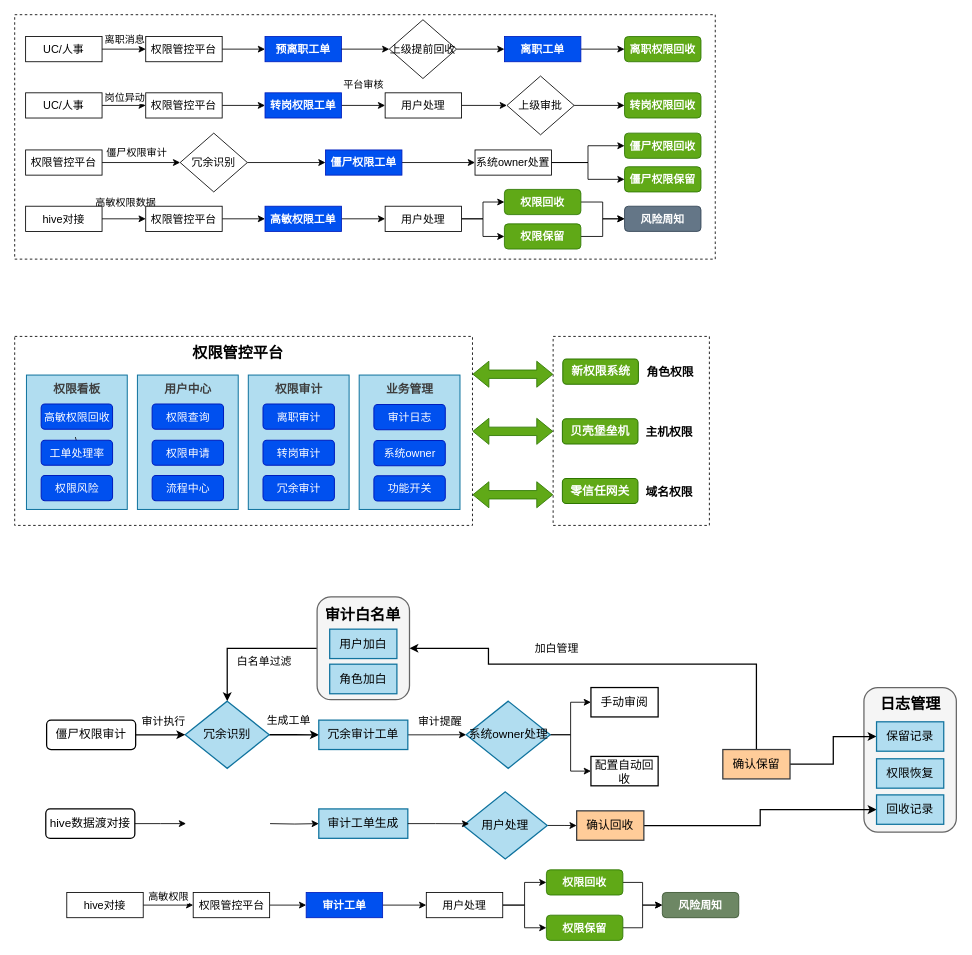
Above: page "述职" (11 of 11) of 权限审计.drawio in zpxiao-ios/hello-world (draw.io), before the change. Source tidied: cells renumbered, new cells numbered last; positions are measured from the earlier drawing's top-left corner, leaving out a move shared by most shapes. Both pictures are drawn from the tidied source at 84%, with x=0, y=0 at pixel (14, 14).
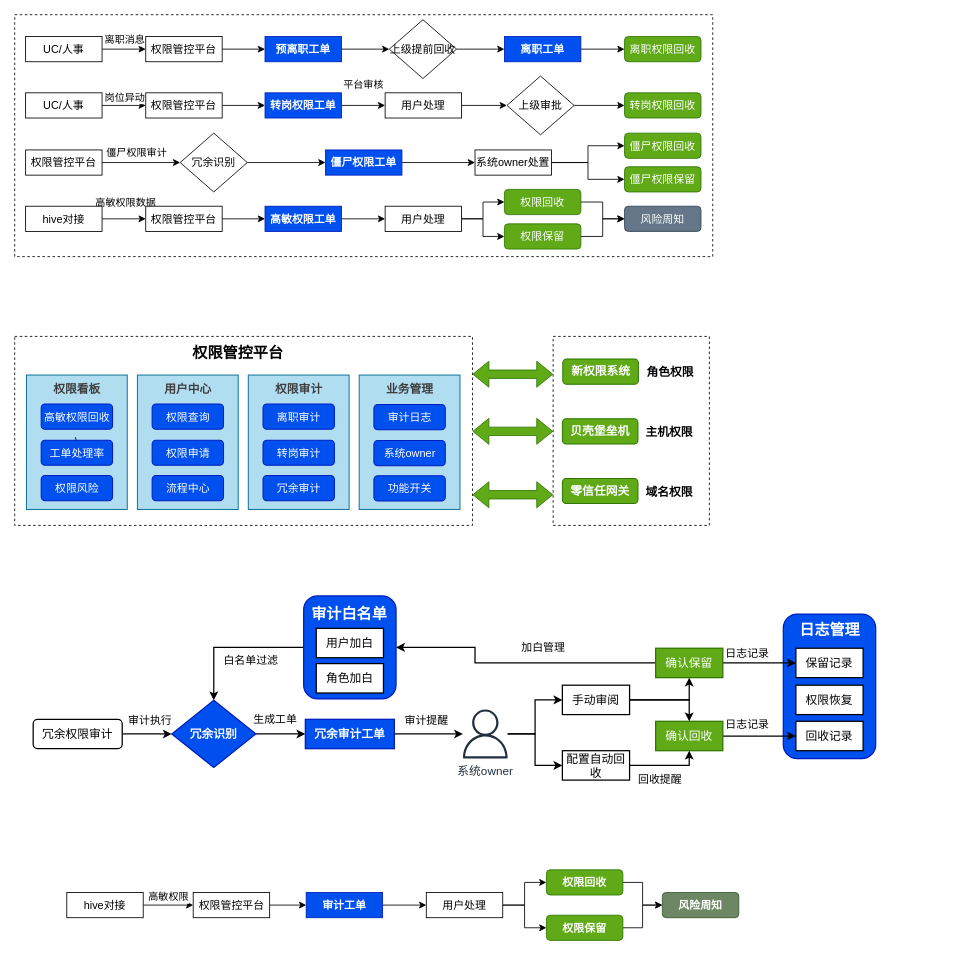
After the change.

Commit message (it also covers changes not shown here):
更新权限审计.drawio

The edit, as a diff of the source:
```diff
@@
     <mxCell id="2" style="rounded=0;whiteSpace=wrap;html=1;dashed=1;fontSize=13;" parent="1" vertex="1">
-      <mxGeometry width="834" height="291" as="geometry" />
+      <mxGeometry width="831" height="288" as="geometry" />
     </mxCell>
@@
-    <mxCell id="12" value="&lt;span&gt;转岗权限回收&lt;/span&gt;" style="rounded=1;whiteSpace=wrap;html=1;fillColor=#60a917;fontColor=#ffffff;strokeColor=#2D7600;fontStyle=1;fontSize=13;" parent="1" vertex="1">
+    <mxCell id="12" value="&lt;span&gt;转岗权限回收&lt;/span&gt;" style="rounded=1;whiteSpace=wrap;html=1;fillColor=#60a917;fontColor=#ffffff;strokeColor=#2D7600;fontStyle=0;fontSize=13;" parent="1" vertex="1">
       <mxGeometry x="726" y="93" width="91" height="30" as="geometry" />
     </mxCell>
@@
-    <mxCell id="27" value="&lt;span&gt;离职权限回收&lt;/span&gt;" style="rounded=1;whiteSpace=wrap;html=1;fillColor=#60a917;fontColor=#ffffff;strokeColor=#2D7600;fontStyle=1;fontSize=13;" parent="1" vertex="1">
+    <mxCell id="27" value="&lt;span&gt;离职权限回收&lt;/span&gt;" style="rounded=1;whiteSpace=wrap;html=1;fillColor=#60a917;fontColor=#ffffff;strokeColor=#2D7600;fontStyle=0;fontSize=13;" parent="1" vertex="1">
       <mxGeometry x="726" y="26" width="91" height="30" as="geometry" />
     </mxCell>
@@
-    <mxCell id="60" style="edgeStyle=orthogonalEdgeStyle;rounded=0;jettySize=auto;html=1;entryX=0.5;entryY=0;entryDx=0;entryDy=0;strokeWidth=1.5;" parent="1" edge="1" source="61" target="64">
-      <mxGeometry relative="1" as="geometry" />
-    </mxCell>
-    <mxCell id="61" style="rounded=1;whiteSpace=wrap;html=1;fillColor=#f5f5f5;strokeColor=#666666;fontSize=14;strokeWidth=1.5;fontColor=#333333;" parent="1" vertex="1">
-      <mxGeometry x="360" y="693" width="110" height="122.5" as="geometry" />
-    </mxCell>
-    <mxCell id="62" style="rounded=1;whiteSpace=wrap;html=1;fillColor=#f5f5f5;strokeColor=#666666;fontSize=14;strokeWidth=1.5;fontColor=#333333;" parent="1" vertex="1">
-      <mxGeometry x="1011" y="801" width="110" height="172" as="geometry" />
-    </mxCell>
-    <mxCell id="63" style="edgeStyle=orthogonalEdgeStyle;rounded=0;jettySize=auto;html=1;entryX=0;entryY=0.5;entryDx=0;entryDy=0;fontSize=14;strokeWidth=1.5;" parent="1" edge="1" source="64" target="68">
-      <mxGeometry relative="1" as="geometry" />
-    </mxCell>
-    <mxCell id="64" value="冗余识别" style="rhombus;whiteSpace=wrap;html=1;fontSize=14;fillColor=#b1ddf0;strokeColor=#10739e;strokeWidth=1.5;" parent="1" vertex="1">
-      <mxGeometry x="203" y="817.2" width="100" height="80" as="geometry" />
-    </mxCell>
-    <mxCell id="65" style="edgeStyle=orthogonalEdgeStyle;rounded=0;jettySize=auto;html=1;entryX=0;entryY=0.5;entryDx=0;entryDy=0;fontSize=14;strokeWidth=1.5;" parent="1" edge="1" source="66" target="64">
-      <mxGeometry relative="1" as="geometry" />
-    </mxCell>
-    <mxCell id="66" value="僵尸权限审计" style="rounded=1;whiteSpace=wrap;html=1;fontSize=14;strokeWidth=1.5;" parent="1" vertex="1">
-      <mxGeometry x="38" y="839.8" width="106" height="35" as="geometry" />
-    </mxCell>
-    <mxCell id="67" style="edgeStyle=orthogonalEdgeStyle;rounded=0;jettySize=auto;html=1;entryX=0;entryY=0.5;entryDx=0;entryDy=0;" parent="1" edge="1" source="68" target="96">
-      <mxGeometry relative="1" as="geometry" />
-    </mxCell>
-    <mxCell id="68" value="冗余审计工单" style="rounded=0;whiteSpace=wrap;html=1;fontSize=14;fillColor=#b1ddf0;strokeColor=#10739e;strokeWidth=1.5;" parent="1" vertex="1">
-      <mxGeometry x="362" y="839.8" width="106" height="35" as="geometry" />
-    </mxCell>
-    <mxCell id="69" style="edgeStyle=orthogonalEdgeStyle;rounded=0;jettySize=auto;html=1;entryX=0;entryY=0.5;entryDx=0;entryDy=0;strokeWidth=1.5;" parent="1" edge="1" source="70" target="75">
-      <mxGeometry relative="1" as="geometry" />
-    </mxCell>
-    <mxCell id="70" value="确认回收" style="rounded=0;whiteSpace=wrap;html=1;fontSize=14;strokeWidth=1.5;fillColor=#ffcc99;strokeColor=#36393d;" parent="1" vertex="1">
-      <mxGeometry x="669" y="947.8" width="80" height="35" as="geometry" />
-    </mxCell>
-    <mxCell id="71" style="edgeStyle=orthogonalEdgeStyle;rounded=0;jettySize=auto;html=1;entryX=0;entryY=0.5;entryDx=0;entryDy=0;fontSize=14;strokeWidth=1.5;" parent="1" edge="1" source="73" target="76">
-      <mxGeometry relative="1" as="geometry" />
-    </mxCell>
-    <mxCell id="72" style="edgeStyle=orthogonalEdgeStyle;rounded=0;jettySize=auto;html=1;entryX=1;entryY=0.5;entryDx=0;entryDy=0;strokeWidth=1.5;" parent="1" edge="1" source="73" target="61">
-      <mxGeometry relative="1" as="geometry">
-        <Array as="points">
-          <mxPoint x="564" y="773.2" />
-          <mxPoint x="564" y="754.2" />
-        </Array>
-      </mxGeometry>
-    </mxCell>
-    <mxCell id="73" value="确认保留" style="rounded=0;whiteSpace=wrap;html=1;fontSize=14;strokeWidth=1.5;fillColor=#ffcc99;strokeColor=#36393d;" parent="1" vertex="1">
-      <mxGeometry x="843" y="874.8" width="80" height="35" as="geometry" />
-    </mxCell>
-    <mxCell id="74" value="&lt;font style=&quot;font-size: 18px;&quot;&gt;日志管理&lt;/font&gt;" style="text;html=1;align=center;verticalAlign=middle;strokeColor=none;fillColor=none;fontSize=18;fontStyle=1;strokeWidth=1.5;" parent="1" vertex="1">
-      <mxGeometry x="1021" y="803.8" width="90" height="34" as="geometry" />
-    </mxCell>
-    <mxCell id="75" value="回收记录" style="rounded=0;whiteSpace=wrap;html=1;fontSize=14;strokeWidth=1.5;fillColor=#b1ddf0;strokeColor=#10739e;" parent="1" vertex="1">
-      <mxGeometry x="1026" y="928.8" width="80" height="35" as="geometry" />
-    </mxCell>
-    <mxCell id="76" value="保留记录" style="rounded=0;whiteSpace=wrap;html=1;fontSize=14;strokeWidth=1.5;fillColor=#b1ddf0;strokeColor=#10739e;" parent="1" vertex="1">
-      <mxGeometry x="1026" y="841.8" width="80" height="35" as="geometry" />
-    </mxCell>
-    <mxCell id="77" value="权限恢复" style="rounded=0;whiteSpace=wrap;html=1;fontSize=14;strokeWidth=1.5;fillColor=#b1ddf0;strokeColor=#10739e;" parent="1" vertex="1">
-      <mxGeometry x="1026" y="885.8" width="80" height="35" as="geometry" />
-    </mxCell>
-    <mxCell id="78" value="审计执行" style="text;html=1;align=center;verticalAlign=middle;strokeColor=none;fillColor=none;fontSize=13;strokeWidth=1.5;" parent="1" vertex="1">
-      <mxGeometry x="142" y="827.2" width="70" height="28" as="geometry" />
-    </mxCell>
-    <mxCell id="79" value="生成工单" style="text;html=1;align=center;verticalAlign=middle;whiteSpace=wrap;rounded=0;fontSize=13;strokeWidth=1.5;" parent="1" vertex="1">
-      <mxGeometry x="287" y="825.2" width="78.5" height="30" as="geometry" />
-    </mxCell>
-    <mxCell id="80" value="手动审阅" style="rounded=0;whiteSpace=wrap;html=1;fontSize=14;strokeWidth=1.5;flipV=1;" parent="1" vertex="1">
-      <mxGeometry x="686" y="801" width="80" height="35" as="geometry" />
-    </mxCell>
-    <mxCell id="81" value="配置自动回收" style="rounded=0;whiteSpace=wrap;html=1;fontSize=14;strokeWidth=1.5;flipV=1;" parent="1" vertex="1">
-      <mxGeometry x="686" y="883" width="80" height="35" as="geometry" />
-    </mxCell>
-    <mxCell id="82" value="用户加白" style="rounded=0;whiteSpace=wrap;html=1;fontSize=14;strokeWidth=1.5;fillColor=#b1ddf0;strokeColor=#10739e;" parent="1" vertex="1">
-      <mxGeometry x="375" y="731.5" width="80" height="35" as="geometry" />
-    </mxCell>
-    <mxCell id="83" value="角色加白" style="rounded=0;whiteSpace=wrap;html=1;fontSize=14;strokeWidth=1.5;fillColor=#b1ddf0;strokeColor=#10739e;" parent="1" vertex="1">
-      <mxGeometry x="375" y="773.2" width="80" height="35.2" as="geometry" />
-    </mxCell>
-    <mxCell id="84" value="&lt;b&gt;审计白名单&lt;/b&gt;" style="text;html=1;align=center;verticalAlign=middle;strokeColor=none;fillColor=none;fontSize=18;strokeWidth=1.5;" parent="1" vertex="1">
-      <mxGeometry x="360" y="698.2" width="108" height="34" as="geometry" />
-    </mxCell>
-    <mxCell id="85" value="审计提醒" style="text;html=1;align=center;verticalAlign=middle;strokeColor=none;fillColor=none;fontSize=13;strokeWidth=1.5;" parent="1" vertex="1">
-      <mxGeometry x="471" y="827.2" width="70" height="28" as="geometry" />
-    </mxCell>
-    <mxCell id="86" value="白名单过滤" style="text;html=1;align=center;verticalAlign=middle;whiteSpace=wrap;rounded=0;fontSize=13;strokeWidth=1.5;" parent="1" vertex="1">
-      <mxGeometry x="258" y="755.2" width="78.5" height="30" as="geometry" />
-    </mxCell>
-    <mxCell id="87" value="加白管理" style="text;html=1;align=center;verticalAlign=middle;whiteSpace=wrap;rounded=0;fontSize=13;strokeWidth=1.5;" parent="1" vertex="1">
-      <mxGeometry x="605.5" y="739.2" width="78.5" height="30" as="geometry" />
-    </mxCell>
-    <mxCell id="88" style="edgeStyle=orthogonalEdgeStyle;rounded=0;jettySize=auto;html=1;" parent="1" edge="1" source="89">
-      <mxGeometry relative="1" as="geometry">
-        <mxPoint x="204" y="963" as="targetPoint" />
-      </mxGeometry>
-    </mxCell>
-    <mxCell id="89" value="hive数据渡对接" style="rounded=1;whiteSpace=wrap;html=1;fontSize=14;strokeWidth=1.5;" parent="1" vertex="1">
-      <mxGeometry x="37" y="945.5" width="106" height="35" as="geometry" />
-    </mxCell>
-    <mxCell id="90" style="edgeStyle=orthogonalEdgeStyle;rounded=0;jettySize=auto;html=1;" parent="1" edge="1" target="91">
-      <mxGeometry relative="1" as="geometry">
-        <mxPoint x="304" y="963" as="sourcePoint" />
-      </mxGeometry>
-    </mxCell>
-    <mxCell id="91" value="审计工单生成" style="rounded=0;whiteSpace=wrap;html=1;fontSize=14;fillColor=#b1ddf0;strokeColor=#10739e;strokeWidth=1.5;" parent="1" vertex="1">
-      <mxGeometry x="362" y="945.5" width="106" height="35" as="geometry" />
-    </mxCell>
-    <mxCell id="92" style="edgeStyle=orthogonalEdgeStyle;rounded=0;jettySize=auto;html=1;" parent="1" edge="1" source="93" target="70">
-      <mxGeometry relative="1" as="geometry" />
-    </mxCell>
-    <mxCell id="93" value="用户处理" style="rhombus;whiteSpace=wrap;html=1;fontSize=14;fillColor=#b1ddf0;strokeColor=#10739e;strokeWidth=1.5;" parent="1" vertex="1">
-      <mxGeometry x="534" y="925.2" width="100" height="80" as="geometry" />
-    </mxCell>
-    <mxCell id="94" style="edgeStyle=orthogonalEdgeStyle;rounded=0;jettySize=auto;html=1;entryX=0;entryY=0.5;entryDx=0;entryDy=0;" parent="1" edge="1" source="96" target="80">
-      <mxGeometry relative="1" as="geometry" />
-    </mxCell>
-    <mxCell id="95" style="edgeStyle=orthogonalEdgeStyle;rounded=0;jettySize=auto;html=1;entryX=0;entryY=0.5;entryDx=0;entryDy=0;" parent="1" edge="1" source="96" target="81">
-      <mxGeometry relative="1" as="geometry" />
-    </mxCell>
-    <mxCell id="96" value="系统owner处理" style="rhombus;whiteSpace=wrap;html=1;fontSize=14;fillColor=#b1ddf0;strokeColor=#10739e;strokeWidth=1.5;" parent="1" vertex="1">
-      <mxGeometry x="537.5" y="817.2" width="100" height="80" as="geometry" />
-    </mxCell>
-    <mxCell id="97" style="edgeStyle=orthogonalEdgeStyle;rounded=0;jettySize=auto;html=1;entryX=0.07;entryY=0.475;entryDx=0;entryDy=0;entryPerimeter=0;" parent="1" edge="1" source="91" target="93">
-      <mxGeometry relative="1" as="geometry" />
-    </mxCell>
@@
-    <mxCell id="121" value="&lt;span&gt;僵尸权限回收&lt;/span&gt;" style="rounded=1;whiteSpace=wrap;html=1;fillColor=#60a917;fontColor=#ffffff;strokeColor=#2D7600;fontStyle=1;fontSize=13;" parent="1" vertex="1">
+    <mxCell id="121" value="&lt;span&gt;僵尸权限回收&lt;/span&gt;" style="rounded=1;whiteSpace=wrap;html=1;fillColor=#60a917;fontColor=#ffffff;strokeColor=#2D7600;fontStyle=0;fontSize=13;" parent="1" vertex="1">
       <mxGeometry x="726" y="141" width="91" height="30" as="geometry" />
     </mxCell>
@@
-    <mxCell id="124" value="&lt;span&gt;僵尸权限保留&lt;/span&gt;" style="rounded=1;whiteSpace=wrap;html=1;fillColor=#60a917;fontColor=#ffffff;strokeColor=#2D7600;fontStyle=1;fontSize=13;" parent="1" vertex="1">
+    <mxCell id="124" value="&lt;span&gt;僵尸权限保留&lt;/span&gt;" style="rounded=1;whiteSpace=wrap;html=1;fillColor=#60a917;fontColor=#ffffff;strokeColor=#2D7600;fontStyle=0;fontSize=13;" parent="1" vertex="1">
       <mxGeometry x="726" y="181" width="91" height="30" as="geometry" />
     </mxCell>
@@
-    <mxCell id="136" value="&lt;span&gt;权限回收&lt;/span&gt;" style="rounded=1;whiteSpace=wrap;html=1;fillColor=#60a917;fontColor=#ffffff;strokeColor=#2D7600;fontStyle=1;fontSize=13;" parent="1" vertex="1">
+    <mxCell id="136" value="&lt;span&gt;权限回收&lt;/span&gt;" style="rounded=1;whiteSpace=wrap;html=1;fillColor=#60a917;fontColor=#ffffff;strokeColor=#2D7600;fontStyle=0;fontSize=13;" parent="1" vertex="1">
       <mxGeometry x="583" y="208" width="91" height="30" as="geometry" />
     </mxCell>
@@
-    <mxCell id="138" value="&lt;span&gt;权限保留&lt;/span&gt;" style="rounded=1;whiteSpace=wrap;html=1;fillColor=#60a917;fontColor=#ffffff;strokeColor=#2D7600;fontStyle=1;fontSize=13;" parent="1" vertex="1">
+    <mxCell id="138" value="&lt;span&gt;权限保留&lt;/span&gt;" style="rounded=1;whiteSpace=wrap;html=1;fillColor=#60a917;fontColor=#ffffff;strokeColor=#2D7600;fontStyle=0;fontSize=13;" parent="1" vertex="1">
       <mxGeometry x="583" y="249" width="91" height="30" as="geometry" />
     </mxCell>
-    <mxCell id="139" value="风险周知" style="rounded=1;whiteSpace=wrap;html=1;fillColor=#647687;fontColor=#ffffff;strokeColor=#314354;fontStyle=1;fontSize=13;flipH=1;" parent="1" vertex="1">
+    <mxCell id="139" value="风险周知" style="rounded=1;whiteSpace=wrap;html=1;fillColor=#647687;fontColor=#ffffff;strokeColor=#314354;fontStyle=0;fontSize=13;flipH=1;" parent="1" vertex="1">
       <mxGeometry x="726" y="228" width="91" height="30" as="geometry" />
     </mxCell>
+    <mxCell id="140" style="edgeStyle=orthogonalEdgeStyle;rounded=0;jettySize=auto;html=1;entryX=0.5;entryY=0;entryDx=0;entryDy=0;strokeWidth=1.5;" parent="1" edge="1" source="141" target="64">
+      <mxGeometry relative="1" as="geometry" />
+    </mxCell>
+    <mxCell id="141" style="rounded=1;whiteSpace=wrap;html=1;fillColor=#0050ef;strokeColor=#001DBC;fontSize=14;strokeWidth=1.5;fontColor=#ffffff;" parent="1" vertex="1">
+      <mxGeometry x="344" y="692" width="110" height="122.5" as="geometry" />
+    </mxCell>
+    <mxCell id="142" style="rounded=1;whiteSpace=wrap;html=1;fillColor=#0050ef;strokeColor=#001DBC;fontSize=14;strokeWidth=1.5;fontColor=#ffffff;" parent="1" vertex="1">
+      <mxGeometry x="915" y="713.5" width="110" height="172" as="geometry" />
+    </mxCell>
+    <mxCell id="63" style="edgeStyle=orthogonalEdgeStyle;rounded=0;jettySize=auto;html=1;entryX=0;entryY=0.5;entryDx=0;entryDy=0;fontSize=14;strokeWidth=1.5;" parent="1" edge="1" source="64" target="68">
+      <mxGeometry relative="1" as="geometry" />
+    </mxCell>
+    <mxCell id="64" value="冗余识别" style="rhombus;whiteSpace=wrap;html=1;fontSize=14;fillColor=#0050ef;strokeColor=#001DBC;strokeWidth=1.5;fontColor=#ffffff;fontStyle=1;" parent="1" vertex="1">
+      <mxGeometry x="187" y="816.2" width="100" height="80" as="geometry" />
+    </mxCell>
+    <mxCell id="143" style="edgeStyle=orthogonalEdgeStyle;rounded=0;jettySize=auto;html=1;entryX=0;entryY=0.5;entryDx=0;entryDy=0;fontSize=14;strokeWidth=1.5;" parent="1" edge="1" source="144" target="64">
+      <mxGeometry relative="1" as="geometry" />
+    </mxCell>
+    <mxCell id="144" value="冗余权限审计" style="rounded=1;whiteSpace=wrap;html=1;fontSize=14;strokeWidth=1.5;" parent="1" vertex="1">
+      <mxGeometry x="22" y="838.8" width="106" height="35" as="geometry" />
+    </mxCell>
+    <mxCell id="145" style="edgeStyle=orthogonalEdgeStyle;rounded=0;jettySize=auto;html=1;strokeWidth=1.5;" parent="1" edge="1" source="68" target="149">
+      <mxGeometry relative="1" as="geometry" />
+    </mxCell>
+    <mxCell id="68" value="冗余审计工单" style="rounded=0;whiteSpace=wrap;html=1;fontSize=14;fillColor=#0050ef;strokeColor=#001DBC;strokeWidth=1.5;fontColor=#ffffff;fontStyle=1;" parent="1" vertex="1">
+      <mxGeometry x="346" y="838.8" width="106" height="35" as="geometry" />
+    </mxCell>
+    <mxCell id="69" style="edgeStyle=orthogonalEdgeStyle;rounded=0;jettySize=auto;html=1;entryX=0;entryY=0.5;entryDx=0;entryDy=0;strokeWidth=1.5;" parent="1" edge="1" source="70" target="75">
+      <mxGeometry relative="1" as="geometry" />
+    </mxCell>
+    <mxCell id="70" value="确认回收" style="rounded=0;whiteSpace=wrap;html=1;fontSize=14;strokeWidth=1.5;fillColor=#60a917;strokeColor=#2D7600;fontColor=#ffffff;" parent="1" vertex="1">
+      <mxGeometry x="763" y="841.2" width="80" height="35" as="geometry" />
+    </mxCell>
+    <mxCell id="71" style="edgeStyle=orthogonalEdgeStyle;rounded=0;jettySize=auto;html=1;entryX=0;entryY=0.5;entryDx=0;entryDy=0;fontSize=14;strokeWidth=1.5;" parent="1" edge="1" source="73" target="76">
+      <mxGeometry relative="1" as="geometry" />
+    </mxCell>
+    <mxCell id="146" style="edgeStyle=orthogonalEdgeStyle;rounded=0;jettySize=auto;html=1;entryX=1;entryY=0.5;entryDx=0;entryDy=0;strokeWidth=1.5;" parent="1" edge="1" source="73" target="141">
+      <mxGeometry relative="1" as="geometry">
+        <Array as="points">
+          <mxPoint x="548" y="772.2" />
+          <mxPoint x="548" y="753.2" />
+        </Array>
+      </mxGeometry>
+    </mxCell>
+    <mxCell id="73" value="确认保留" style="rounded=0;whiteSpace=wrap;html=1;fontSize=14;strokeWidth=1.5;fillColor=#60a917;strokeColor=#2D7600;fontColor=#ffffff;" parent="1" vertex="1">
+      <mxGeometry x="763" y="754.2" width="80" height="35" as="geometry" />
+    </mxCell>
+    <mxCell id="74" value="&lt;font style=&quot;font-size: 18px;&quot;&gt;日志管理&lt;/font&gt;" style="text;html=1;align=center;verticalAlign=middle;fontSize=18;fontStyle=1;strokeWidth=1.5;fontColor=#FFFFFF;" parent="1" vertex="1">
+      <mxGeometry x="925" y="716.2" width="90" height="34" as="geometry" />
+    </mxCell>
+    <mxCell id="75" value="回收记录" style="rounded=0;whiteSpace=wrap;html=1;fontSize=14;strokeWidth=1.5;" parent="1" vertex="1">
+      <mxGeometry x="930" y="841.2" width="80" height="35" as="geometry" />
+    </mxCell>
+    <mxCell id="76" value="保留记录" style="rounded=0;whiteSpace=wrap;html=1;fontSize=14;strokeWidth=1.5;" parent="1" vertex="1">
+      <mxGeometry x="930" y="754.2" width="80" height="35" as="geometry" />
+    </mxCell>
+    <mxCell id="77" value="权限恢复" style="rounded=0;whiteSpace=wrap;html=1;fontSize=14;strokeWidth=1.5;" parent="1" vertex="1">
+      <mxGeometry x="930" y="798.2" width="80" height="35" as="geometry" />
+    </mxCell>
+    <mxCell id="147" style="edgeStyle=orthogonalEdgeStyle;rounded=0;jettySize=auto;html=1;entryX=0;entryY=0.5;entryDx=0;entryDy=0;strokeWidth=1.5;" parent="1" edge="1" source="149" target="80">
+      <mxGeometry relative="1" as="geometry" />
+    </mxCell>
+    <mxCell id="148" style="edgeStyle=orthogonalEdgeStyle;rounded=0;jettySize=auto;html=1;entryX=0;entryY=0.5;entryDx=0;entryDy=0;strokeWidth=1.5;" parent="1" edge="1" source="149" target="81">
+      <mxGeometry relative="1" as="geometry" />
+    </mxCell>
+    <mxCell id="149" value="系统owner" style="sketch=0;outlineConnect=0;fontColor=#232F3E;gradientColor=none;fillColor=#232F3D;strokeColor=none;dashed=0;verticalLabelPosition=bottom;verticalAlign=top;align=center;html=1;fontSize=14;fontStyle=0;shape=mxgraph.aws4.user;strokeWidth=1.5;" parent="1" vertex="1">
+      <mxGeometry x="531" y="827" width="58.5" height="58.5" as="geometry" />
+    </mxCell>
+    <mxCell id="78" value="审计执行" style="text;html=1;align=center;verticalAlign=middle;strokeColor=none;fillColor=none;fontSize=13;strokeWidth=1.5;" parent="1" vertex="1">
+      <mxGeometry x="126" y="826.2" width="70" height="28" as="geometry" />
+    </mxCell>
+    <mxCell id="79" value="生成工单" style="text;html=1;align=center;verticalAlign=middle;whiteSpace=wrap;rounded=0;fontSize=13;strokeWidth=1.5;" parent="1" vertex="1">
+      <mxGeometry x="271" y="824.2" width="78.5" height="30" as="geometry" />
+    </mxCell>
+    <mxCell id="150" value="日志记录" style="text;html=1;align=center;verticalAlign=middle;strokeColor=none;fillColor=none;fontSize=13;strokeWidth=1.5;" parent="1" vertex="1">
+      <mxGeometry x="837" y="746.2" width="70" height="28" as="geometry" />
+    </mxCell>
+    <mxCell id="151" value="日志记录" style="text;html=1;align=center;verticalAlign=middle;strokeColor=none;fillColor=none;fontSize=13;strokeWidth=1.5;" parent="1" vertex="1">
+      <mxGeometry x="837" y="831.2" width="70" height="28" as="geometry" />
+    </mxCell>
+    <mxCell id="152" style="edgeStyle=orthogonalEdgeStyle;rounded=0;jettySize=auto;html=1;entryX=0.5;entryY=1;entryDx=0;entryDy=0;strokeWidth=1.5;exitX=1;exitY=0.5;exitDx=0;exitDy=0;" parent="1" edge="1" source="80" target="73">
+      <mxGeometry relative="1" as="geometry" />
+    </mxCell>
+    <mxCell id="153" style="edgeStyle=orthogonalEdgeStyle;rounded=0;jettySize=auto;html=1;entryX=0.5;entryY=0;entryDx=0;entryDy=0;strokeWidth=1.5;exitX=1;exitY=0.5;exitDx=0;exitDy=0;" parent="1" edge="1" source="80" target="70">
+      <mxGeometry relative="1" as="geometry" />
+    </mxCell>
+    <mxCell id="80" value="手动审阅" style="rounded=0;whiteSpace=wrap;html=1;fontSize=14;strokeWidth=1.5;flipV=1;" parent="1" vertex="1">
+      <mxGeometry x="652" y="798.2" width="80" height="35" as="geometry" />
+    </mxCell>
+    <mxCell id="154" style="edgeStyle=orthogonalEdgeStyle;rounded=0;jettySize=auto;html=1;entryX=0.5;entryY=1;entryDx=0;entryDy=0;strokeWidth=1.5;exitX=1;exitY=0.5;exitDx=0;exitDy=0;" parent="1" edge="1" source="81" target="70">
+      <mxGeometry relative="1" as="geometry">
+        <Array as="points">
+          <mxPoint x="803" y="894.2" />
+        </Array>
+      </mxGeometry>
+    </mxCell>
+    <mxCell id="81" value="配置自动回收" style="rounded=0;whiteSpace=wrap;html=1;fontSize=14;strokeWidth=1.5;flipV=1;" parent="1" vertex="1">
+      <mxGeometry x="652" y="876.2" width="80" height="35" as="geometry" />
+    </mxCell>
+    <mxCell id="82" value="用户加白" style="rounded=0;whiteSpace=wrap;html=1;fontSize=14;strokeWidth=1.5;" parent="1" vertex="1">
+      <mxGeometry x="359" y="730.5" width="80" height="35" as="geometry" />
+    </mxCell>
+    <mxCell id="83" value="角色加白" style="rounded=0;whiteSpace=wrap;html=1;fontSize=14;strokeWidth=1.5;" parent="1" vertex="1">
+      <mxGeometry x="359" y="772.5" width="80" height="35" as="geometry" />
+    </mxCell>
+    <mxCell id="84" value="&lt;b&gt;审计白名单&lt;/b&gt;" style="text;html=1;align=center;verticalAlign=middle;strokeColor=none;fillColor=none;fontSize=18;strokeWidth=1.5;fontColor=#FFFFFF;" parent="1" vertex="1">
+      <mxGeometry x="344" y="697.2" width="108" height="34" as="geometry" />
+    </mxCell>
+    <mxCell id="155" value="回收提醒" style="text;html=1;align=center;verticalAlign=middle;strokeColor=none;fillColor=none;fontSize=13;strokeWidth=1.5;" parent="1" vertex="1">
+      <mxGeometry x="733" y="896.2" width="70" height="28" as="geometry" />
+    </mxCell>
+    <mxCell id="85" value="审计提醒" style="text;html=1;align=center;verticalAlign=middle;strokeColor=none;fillColor=none;fontSize=13;strokeWidth=1.5;" parent="1" vertex="1">
+      <mxGeometry x="455" y="826.2" width="70" height="28" as="geometry" />
+    </mxCell>
+    <mxCell id="86" value="白名单过滤" style="text;html=1;align=center;verticalAlign=middle;whiteSpace=wrap;rounded=0;fontSize=13;strokeWidth=1.5;" parent="1" vertex="1">
+      <mxGeometry x="242" y="754.2" width="78.5" height="30" as="geometry" />
+    </mxCell>
+    <mxCell id="87" value="加白管理" style="text;html=1;align=center;verticalAlign=middle;whiteSpace=wrap;rounded=0;fontSize=13;strokeWidth=1.5;" parent="1" vertex="1">
+      <mxGeometry x="589.5" y="738.2" width="78.5" height="30" as="geometry" />
+    </mxCell>
```
